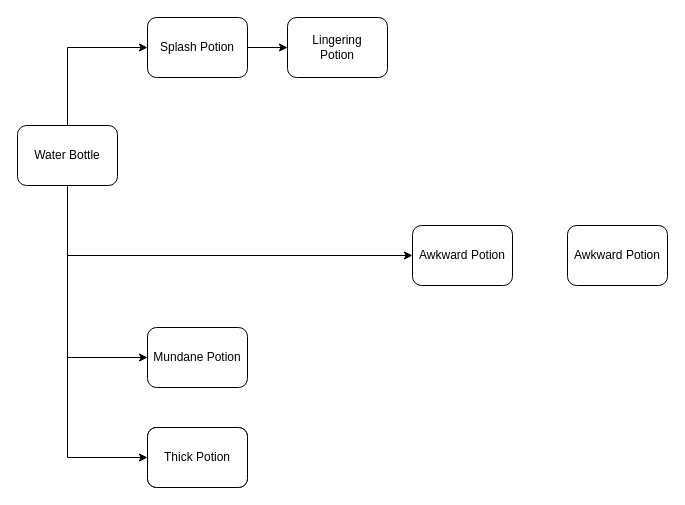
The draw.io diagram brewing.drawio in MeepishRealms/Commander, before the edit. Source tidied: cells renumbered, new cells numbered last; positions are measured from the earlier drawing's top-left corner, leaving out a move shared by most shapes. Both pictures are drawn from the tidied source at 100%, with x=0, y=0 at pixel (17, 17).
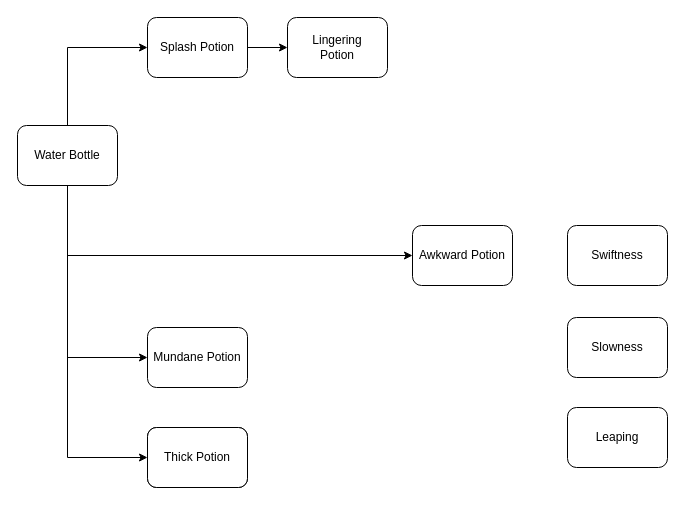
After the change.

Change to the diagram source:
```diff
@@
 <mxGraphModel>
   <root>
     <mxCell id="0" />
     <mxCell id="1" parent="0" />
     <mxCell id="2" style="edgeStyle=orthogonalEdgeStyle;rounded=0;jettySize=auto;html=1;exitX=0.5;exitY=1;exitDx=0;exitDy=0;entryX=0;entryY=0.5;entryDx=0;entryDy=0;" parent="1" edge="1" source="6" target="7">
       <mxGeometry relative="1" as="geometry" />
     </mxCell>
     <mxCell id="3" style="edgeStyle=orthogonalEdgeStyle;rounded=0;jettySize=auto;html=1;exitX=0.5;exitY=0;exitDx=0;exitDy=0;entryX=0;entryY=0.5;entryDx=0;entryDy=0;" parent="1" edge="1" source="6" target="9">
       <mxGeometry relative="1" as="geometry" />
     </mxCell>
     <mxCell id="4" style="edgeStyle=orthogonalEdgeStyle;rounded=0;jettySize=auto;html=1;exitX=0.5;exitY=1;exitDx=0;exitDy=0;entryX=0;entryY=0.5;entryDx=0;entryDy=0;" parent="1" edge="1" source="6" target="11">
       <mxGeometry relative="1" as="geometry" />
     </mxCell>
     <mxCell id="5" style="edgeStyle=orthogonalEdgeStyle;rounded=0;jettySize=auto;html=1;exitX=0.5;exitY=1;exitDx=0;exitDy=0;entryX=0;entryY=0.5;entryDx=0;entryDy=0;" parent="1" edge="1" source="6" target="13">
       <mxGeometry relative="1" as="geometry" />
     </mxCell>
     <mxCell id="6" value="Water Bottle" style="rounded=1;whiteSpace=wrap;html=1;" parent="1" vertex="1">
       <mxGeometry y="108" width="100" height="60" as="geometry" />
     </mxCell>
     <mxCell id="7" value="Awkward Potion" style="rounded=1;whiteSpace=wrap;html=1;" parent="1" vertex="1">
       <mxGeometry x="395" y="208" width="100" height="60" as="geometry" />
     </mxCell>
     <mxCell id="8" style="edgeStyle=orthogonalEdgeStyle;rounded=0;jettySize=auto;html=1;exitX=1;exitY=0.5;exitDx=0;exitDy=0;" parent="1" edge="1" source="9" target="10">
       <mxGeometry relative="1" as="geometry" />
     </mxCell>
     <mxCell id="9" value="Splash Potion" style="rounded=1;whiteSpace=wrap;html=1;" parent="1" vertex="1">
       <mxGeometry x="130" width="100" height="60" as="geometry" />
     </mxCell>
     <mxCell id="10" value="Lingering&lt;br&gt;Potion" style="rounded=1;whiteSpace=wrap;html=1;" parent="1" vertex="1">
       <mxGeometry x="270" width="100" height="60" as="geometry" />
     </mxCell>
     <mxCell id="11" value="Mundane Potion" style="rounded=1;whiteSpace=wrap;html=1;" parent="1" vertex="1">
       <mxGeometry x="130" y="310" width="100" height="60" as="geometry" />
     </mxCell>
     <mxCell id="12" value="Mundane Potion" style="rounded=1;whiteSpace=wrap;html=1;" parent="1" vertex="1">
       <mxGeometry x="130" y="410" width="100" height="60" as="geometry" />
     </mxCell>
     <mxCell id="13" value="Thick Potion" style="rounded=1;whiteSpace=wrap;html=1;" parent="1" vertex="1">
       <mxGeometry x="130" y="410" width="100" height="60" as="geometry" />
     </mxCell>
-    <mxCell id="14" value="Awkward Potion" style="rounded=1;whiteSpace=wrap;html=1;" parent="1" vertex="1">
+    <mxCell id="14" value="Swiftness" style="rounded=1;whiteSpace=wrap;html=1;" parent="1" vertex="1">
       <mxGeometry x="550" y="208" width="100" height="60" as="geometry" />
     </mxCell>
+    <mxCell id="15" value="Slowness" style="rounded=1;whiteSpace=wrap;html=1;" parent="1" vertex="1">
+      <mxGeometry x="550" y="300" width="100" height="60" as="geometry" />
+    </mxCell>
+    <mxCell id="16" value="Leaping" style="rounded=1;whiteSpace=wrap;html=1;" parent="1" vertex="1">
+      <mxGeometry x="550" y="390" width="100" height="60" as="geometry" />
+    </mxCell>
   </root>
 </mxGraphModel>
```
